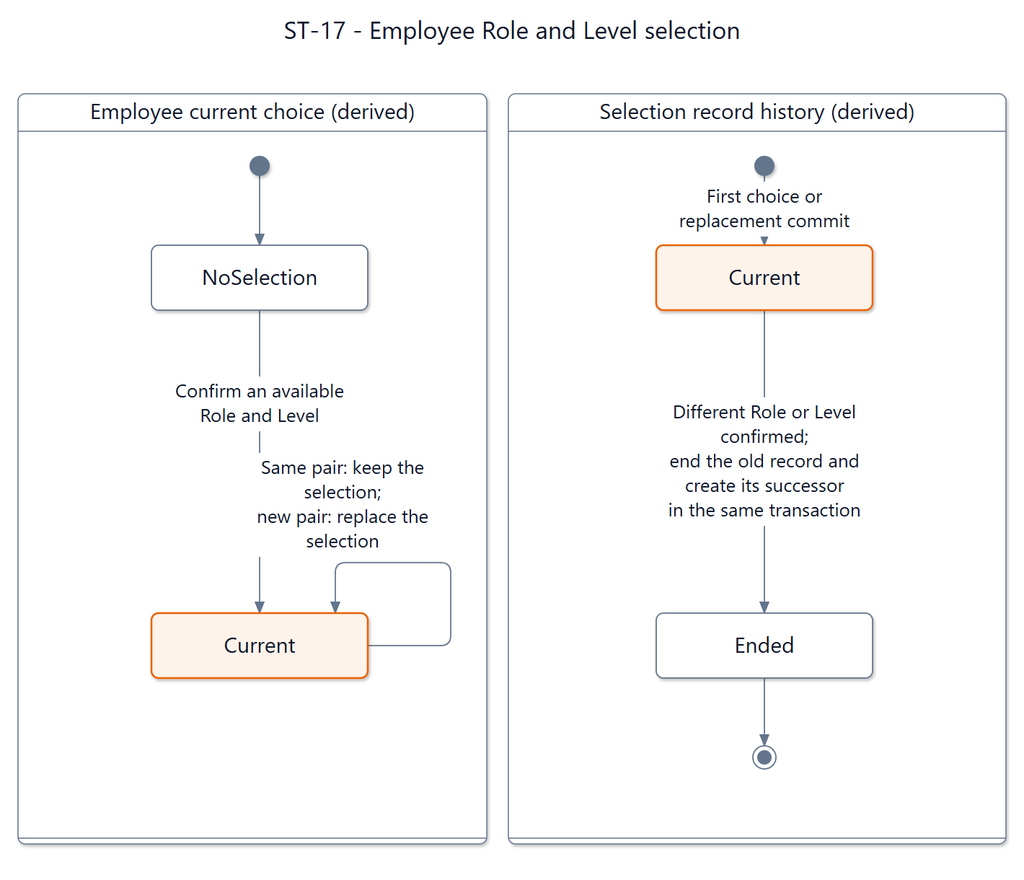
SEP490-Fall-2026-GFA26SE64/SEP490 keeps this Mermaid diagram as documents/diagrams/mermaid/st-17.png. Above is the earlier version. Its source is kept beside it as documents/diagrams/mermaid/st-17.mmd.
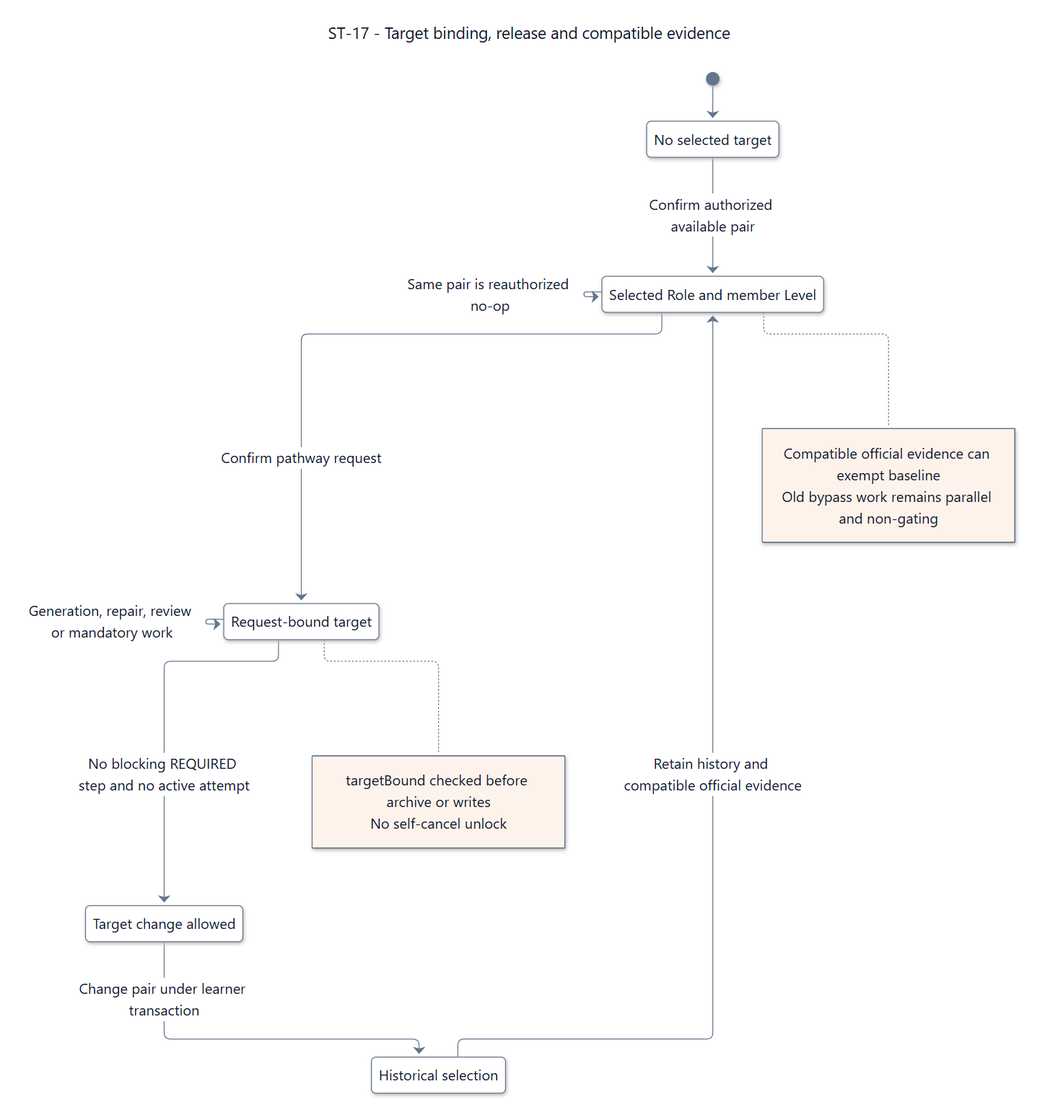
Later version of the same file.

Diff of the diagram source:
```diff
@@ -1,24 +1,28 @@
 ---
-title: "ST-17 - Employee Role and Level selection"
-config: {"theme":"base","fontFamily":"Segoe UI, Arial, sans-serif","themeVariables":{"fontFamily":"Segoe UI, Arial, sans-serif","fontSize":"16px","primaryColor":"#ffffff","primaryTextColor":"#0f1729","primaryBorderColor":"#64748b","secondaryColor":"#fef3eb","tertiaryColor":"#ffffff","lineColor":"#64748b","textColor":"#0f1729","mainBkg":"#ffffff","background":"#ffffff","clusterBkg":"#ffffff","clusterBorder":"#64748b","edgeLabelBackground":"#ffffff","titleColor":"#0f1729","noteBkgColor":"#fef3eb","noteTextColor":"#0f1729","noteBorderColor":"#e6650f","labelColor":"#0f1729","compositeBackground":"#ffffff","compositeTitleBackground":"#ffffff","compositeBorder":"#64748b","altBackground":"#ffffff","nodeBorder":"#64748b","nodeTextColor":"#0f1729","cScale0":"#ffffff","cScaleLabel0":"#0f1729","cScale1":"#ffffff","cScaleLabel1":"#0f1729","cScale2":"#ffffff","cScaleLabel2":"#0f1729","cScale3":"#ffffff","cScaleLabel3":"#0f1729","cScale4":"#ffffff","cScaleLabel4":"#0f1729","cScale5":"#ffffff","cScaleLabel5":"#0f1729","cScale6":"#ffffff","cScaleLabel6":"#0f1729","cScale7":"#ffffff","cScaleLabel7":"#0f1729","cScale8":"#ffffff","cScaleLabel8":"#0f1729","cScale9":"#ffffff","cScaleLabel9":"#0f1729","cScale10":"#ffffff","cScaleLabel10":"#0f1729","cScale11":"#ffffff","cScaleLabel11":"#0f1729","secondaryBorderColor":"#64748b","tertiaryBorderColor":"#64748b","secondaryTextColor":"#0f1729","tertiaryTextColor":"#0f1729"},"state":{"nodeSpacing":42,"rankSpacing":64,"padding":16,"fontSize":16,"wrappingWidth":250}}
+title: "ST-17 - Target binding, release and compatible evidence"
+config: {"theme":"base","fontFamily":"Segoe UI, Arial, sans-serif","themeVariables":{"fontFamily":"Segoe UI, Arial, sans-serif","fontSize":"16px","primaryColor":"#ffffff","primaryTextColor":"#0f1729","primaryBorderColor":"#64748b","secondaryColor":"#fef3eb","tertiaryColor":"#ffffff","lineColor":"#64748b","textColor":"#0f1729","mainBkg":"#ffffff","background":"#ffffff","clusterBkg":"#ffffff","clusterBorder":"#64748b","edgeLabelBackground":"#ffffff","titleColor":"#0f1729","noteBkgColor":"#fef3eb","noteTextColor":"#0f1729","noteBorderColor":"#e6650f","labelColor":"#0f1729","compositeBackground":"#ffffff","compositeTitleBackground":"#ffffff","compositeBorder":"#64748b","altBackground":"#ffffff","nodeBorder":"#64748b","nodeTextColor":"#0f1729","cScale0":"#ffffff","cScaleLabel0":"#0f1729","cScale1":"#ffffff","cScaleLabel1":"#0f1729","cScale2":"#ffffff","cScaleLabel2":"#0f1729","cScale3":"#ffffff","cScaleLabel3":"#0f1729","cScale4":"#ffffff","cScaleLabel4":"#0f1729","cScale5":"#ffffff","cScaleLabel5":"#0f1729","cScale6":"#ffffff","cScaleLabel6":"#0f1729","cScale7":"#ffffff","cScaleLabel7":"#0f1729","cScale8":"#ffffff","cScaleLabel8":"#0f1729","cScale9":"#ffffff","cScaleLabel9":"#0f1729","cScale10":"#ffffff","cScaleLabel10":"#0f1729","cScale11":"#ffffff","cScaleLabel11":"#0f1729","secondaryBorderColor":"#64748b","tertiaryBorderColor":"#64748b","secondaryTextColor":"#0f1729","tertiaryTextColor":"#0f1729"},"state":{"nodeSpacing":42,"rankSpacing":64,"padding":16,"fontSize":16,"wrappingWidth":250},"look":"neo"}
 ---
+
 stateDiagram-v2
-  state "Employee current choice (derived)" as Group0 {
-    state "NoSelection" as noSelection
-    state "Current" as currentChoice
-    [*] --> noSelection
-    noSelection --> currentChoice : Confirm an available Role and Level
-    currentChoice --> currentChoice : Same pair: keep the selection; new pair: replace the selection
-  }
-  state "Selection record history (derived)" as Group1 {
-    state "Current" as currentRecord
-    state "Ended" as endedRecord
-    [*] --> currentRecord : First choice or replacement commit
-    currentRecord --> endedRecord : Different Role or Level confirmed; end the old record and create its successor in the same transaction
-    endedRecord --> [*]
-  }
-  classDef accepted fill:#eaf6ef,stroke:#1a9e4a,color:#0f1729,stroke-width:1.5px
-  classDef attention fill:#fdf2f2,stroke:#dc2828,color:#0f1729,stroke-width:1.5px
-  classDef working fill:#fef3eb,stroke:#e6650f,color:#0f1729,stroke-width:1.5px
-  class currentChoice working
-  class currentRecord working
+  direction TB
+  state "No selected target" as none
+  state "Selected Role and member Level" as selected
+  state "Request-bound target" as locked
+  state "Target change allowed" as eligible
+  state "Historical selection" as history
+  [*] --> none
+  none --> selected : Confirm authorized available pair
+  selected --> selected : Same pair is reauthorized no-op
+  selected --> locked : Confirm pathway request
+  locked --> locked : Generation, repair, review or mandatory work
+  locked --> eligible : No blocking REQUIRED step and no active attempt
+  eligible --> history : Change pair under learner transaction
+  history --> selected : Retain history and compatible official evidence
+  note right of locked
+    targetBound checked before archive or writes
+    No self-cancel unlock
+  end note
+  note right of selected
+    Compatible official evidence can exempt baseline
+    Old bypass work remains parallel and non-gating
+  end note
```
